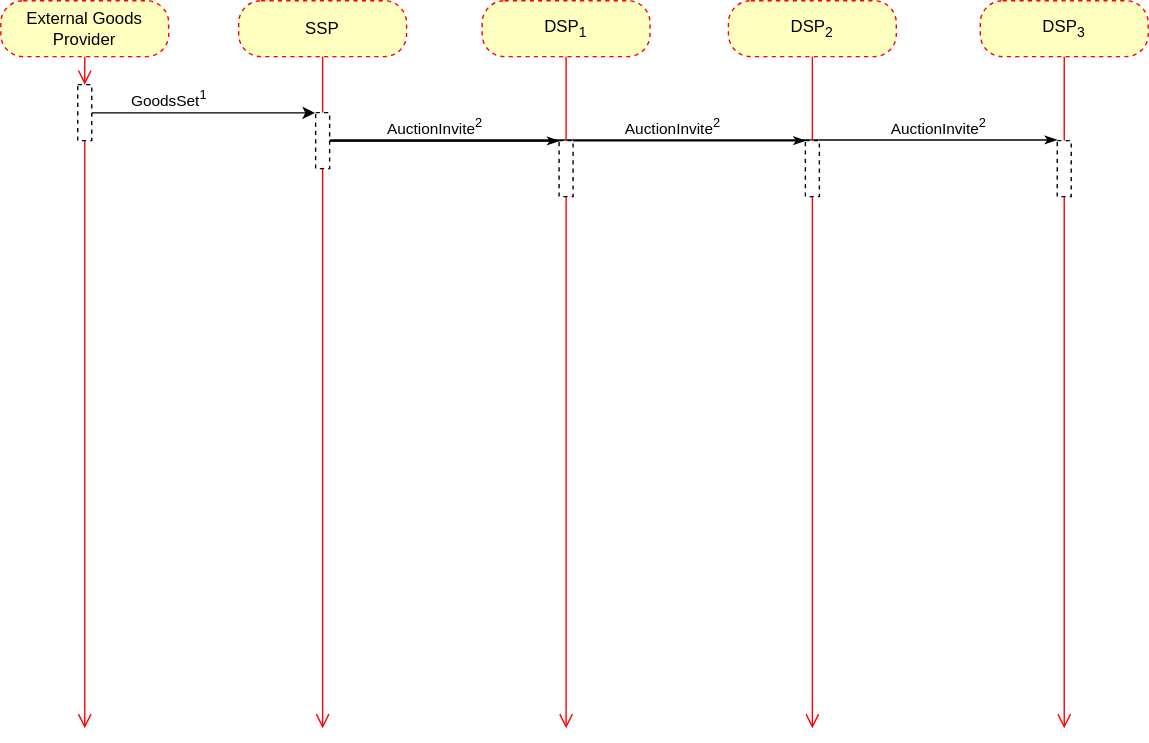
Above: GeneralDataFlow.svg in eutkin/diagrams (draw.io), before the change. Source tidied: cells renumbered, new cells last; positions are measured from the earlier drawing's top-left corner, leaving out a move shared by most shapes.
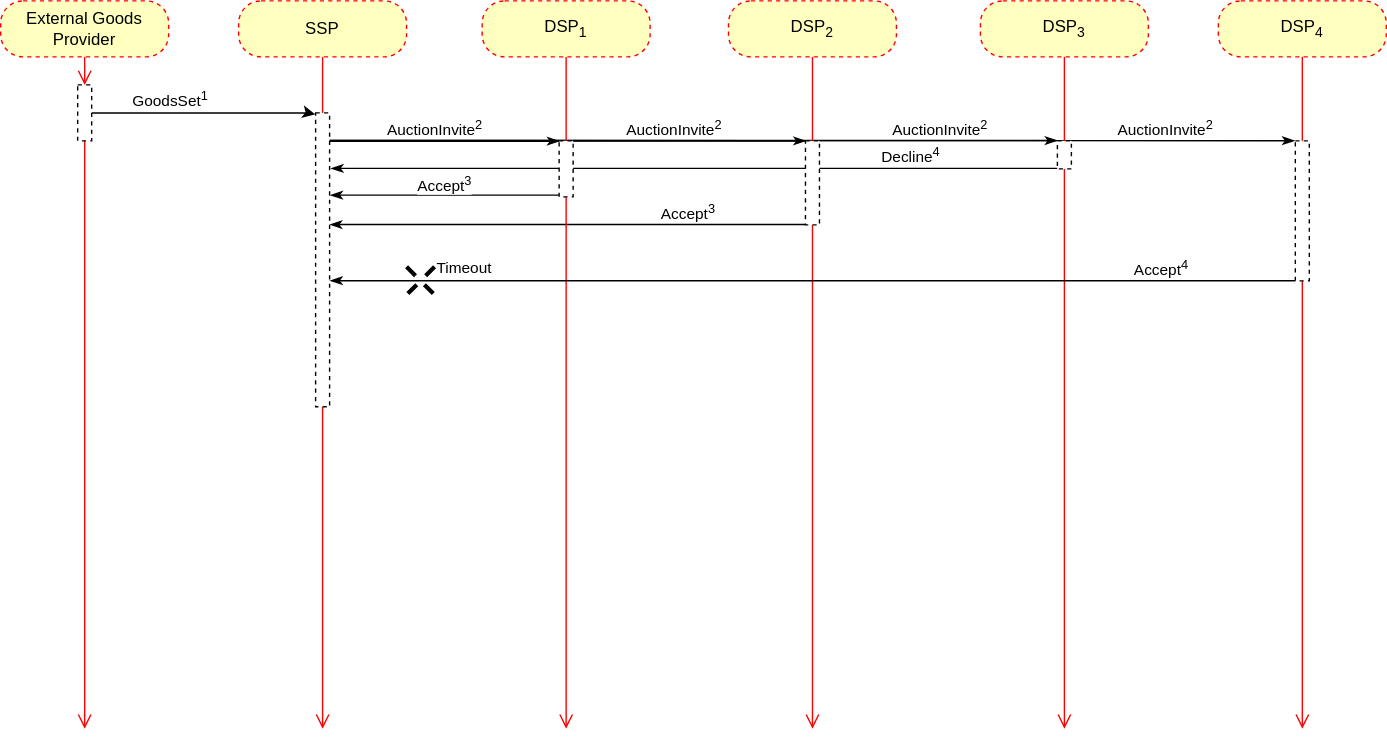
The same file after the commit.

Commit message:
add auction invite

Diff of the diagram source:
```diff
@@ -2,6 +2,22 @@
   <root>
     <mxCell id="0" />
     <mxCell id="1" parent="0" />
+    <mxCell id="30" style="edgeStyle=none;rounded=0;jettySize=auto;html=1;startArrow=none;startFill=0;endArrow=classicThin;endFill=1;entryX=1.005;entryY=0.38;entryDx=0;entryDy=0;entryPerimeter=0;" parent="1" edge="1" source="26" target="20">
+      <mxGeometry relative="1" as="geometry" />
+    </mxCell>
+    <mxCell id="31" value="Accept&lt;sup&gt;3&lt;/sup&gt;" style="edgeLabel;html=1;align=center;verticalAlign=middle;" parent="30" vertex="1">
+      <mxGeometry x="0.5" y="-3" relative="1" as="geometry">
+        <mxPoint x="169.5" y="-6.8" as="offset" />
+      </mxGeometry>
+    </mxCell>
+    <mxCell id="32" style="edgeStyle=none;rounded=0;jettySize=auto;html=1;startArrow=none;startFill=0;endArrow=classicThin;endFill=1;entryX=1.095;entryY=0.189;entryDx=0;entryDy=0;entryPerimeter=0;" parent="1" edge="1" source="24" target="20">
+      <mxGeometry relative="1" as="geometry" />
+    </mxCell>
+    <mxCell id="33" value="Decline&lt;sup&gt;4&lt;/sup&gt;" style="edgeLabel;html=1;align=center;verticalAlign=middle;" parent="32" vertex="1">
+      <mxGeometry x="-0.56" y="2" relative="1" as="geometry">
+        <mxPoint x="8.8" y="-12" as="offset" />
+      </mxGeometry>
+    </mxCell>
     <mxCell id="2" value="External Goods Provider" style="rounded=1;whiteSpace=wrap;html=1;arcSize=40;fontColor=#000000;fillColor=#ffffc0;strokeColor=#ff0000;dashed=1;" parent="1" vertex="1">
       <mxGeometry width="120" height="40" as="geometry" />
     </mxCell>
@@ -74,12 +90,28 @@
         <mxPoint y="-8.5" as="offset" />
       </mxGeometry>
     </mxCell>
+    <mxCell id="34" style="edgeStyle=none;rounded=0;jettySize=auto;html=1;endArrow=classicThin;endFill=1;exitX=0.915;exitY=0.094;exitDx=0;exitDy=0;exitPerimeter=0;entryX=-0.041;entryY=-0.001;entryDx=0;entryDy=0;entryPerimeter=0;" parent="1" edge="1" source="20" target="43">
+      <mxGeometry relative="1" as="geometry" />
+    </mxCell>
+    <mxCell id="35" value="AuctionInvite&lt;sup&gt;2&lt;/sup&gt;" style="edgeLabel;html=1;align=center;verticalAlign=middle;" parent="34" vertex="1">
+      <mxGeometry x="0.73" y="-1" relative="1" as="geometry">
+        <mxPoint y="-10.9" as="offset" />
+      </mxGeometry>
+    </mxCell>
     <mxCell id="20" style="html=1;points=[];perimeter=orthogonalPerimeter;dashed=1;" parent="1" vertex="1">
-      <mxGeometry x="225" y="80" width="10" height="40" as="geometry" />
+      <mxGeometry x="225" y="80" width="10" height="210" as="geometry" />
     </mxCell>
     <mxCell id="21" style="edgeStyle=orthogonalEdgeStyle;html=1;verticalAlign=bottom;endArrow=none;endSize=8;strokeColor=#ff0000;endFill=0;" parent="1" edge="1" source="4" target="20">
       <mxGeometry relative="1" as="geometry" />
     </mxCell>
+    <mxCell id="36" style="edgeStyle=none;rounded=0;jettySize=auto;html=1;endArrow=classicThin;endFill=1;startArrow=none;startFill=0;entryX=1.05;entryY=0.28;entryDx=0;entryDy=0;entryPerimeter=0;" parent="1" edge="1" source="22" target="20">
+      <mxGeometry relative="1" as="geometry" />
+    </mxCell>
+    <mxCell id="37" value="Accept&lt;sup&gt;3&lt;/sup&gt;" style="edgeLabel;html=1;align=center;verticalAlign=middle;" parent="36" vertex="1">
+      <mxGeometry y="-1" relative="1" as="geometry">
+        <mxPoint y="-7.8" as="offset" />
+      </mxGeometry>
+    </mxCell>
     <mxCell id="22" style="html=1;points=[];perimeter=orthogonalPerimeter;dashed=1;" parent="1" vertex="1">
       <mxGeometry x="399" y="100" width="10" height="40" as="geometry" />
     </mxCell>
@@ -87,13 +119,13 @@
       <mxGeometry relative="1" as="geometry" />
     </mxCell>
     <mxCell id="24" style="html=1;points=[];perimeter=orthogonalPerimeter;dashed=1;" parent="1" vertex="1">
-      <mxGeometry x="755" y="100" width="10" height="40" as="geometry" />
+      <mxGeometry x="755" y="100" width="10" height="20" as="geometry" />
     </mxCell>
     <mxCell id="25" style="edgeStyle=orthogonalEdgeStyle;html=1;verticalAlign=bottom;endArrow=none;endSize=8;strokeColor=#ff0000;endFill=0;" parent="1" edge="1" source="10" target="24">
       <mxGeometry relative="1" as="geometry" />
     </mxCell>
     <mxCell id="26" style="html=1;points=[];perimeter=orthogonalPerimeter;dashed=1;" parent="1" vertex="1">
-      <mxGeometry x="575" y="100" width="10" height="40" as="geometry" />
+      <mxGeometry x="575" y="100" width="10" height="60" as="geometry" />
     </mxCell>
     <mxCell id="27" style="edgeStyle=orthogonalEdgeStyle;html=1;verticalAlign=bottom;endArrow=none;endSize=8;strokeColor=#ff0000;endFill=0;" parent="1" edge="1" source="8" target="26">
       <mxGeometry relative="1" as="geometry" />
@@ -104,5 +136,35 @@
     <mxCell id="29" value="AuctionInvite&lt;sup&gt;2&lt;/sup&gt;" style="edgeLabel;html=1;align=center;verticalAlign=middle;" parent="1" vertex="1">
       <mxGeometry x="670" y="90" as="geometry" />
     </mxCell>
+    <mxCell id="38" value="DSP&lt;sub&gt;4&lt;/sub&gt;" style="rounded=1;whiteSpace=wrap;html=1;arcSize=40;fontColor=#000000;fillColor=#ffffc0;strokeColor=#ff0000;dashed=1;" parent="1" vertex="1">
+      <mxGeometry x="870" width="120" height="40" as="geometry" />
+    </mxCell>
+    <mxCell id="39" style="edgeStyle=orthogonalEdgeStyle;html=1;verticalAlign=bottom;endArrow=open;endSize=8;strokeColor=#ff0000;" parent="1" edge="1" source="43">
+      <mxGeometry relative="1" as="geometry">
+        <mxPoint x="930" y="520" as="targetPoint" />
+      </mxGeometry>
+    </mxCell>
+    <mxCell id="40" style="edgeStyle=none;rounded=0;jettySize=auto;html=1;startArrow=none;startFill=0;endArrow=classicThin;endFill=1;entryX=1.035;entryY=0.571;entryDx=0;entryDy=0;entryPerimeter=0;" parent="1" edge="1" source="43" target="20">
+      <mxGeometry relative="1" as="geometry" />
+    </mxCell>
+    <mxCell id="41" value="Timeout" style="edgeLabel;html=1;align=center;verticalAlign=middle;" parent="40" vertex="1">
+      <mxGeometry x="0.72" relative="1" as="geometry">
+        <mxPoint y="-9.9" as="offset" />
+      </mxGeometry>
+    </mxCell>
+    <mxCell id="42" value="Accept&lt;sup&gt;4&lt;/sup&gt;" style="edgeLabel;html=1;align=center;verticalAlign=middle;" parent="40" vertex="1">
+      <mxGeometry x="-0.72" y="1" relative="1" as="geometry">
+        <mxPoint y="-10.9" as="offset" />
+      </mxGeometry>
+    </mxCell>
+    <mxCell id="43" style="html=1;points=[];perimeter=orthogonalPerimeter;dashed=1;" parent="1" vertex="1">
+      <mxGeometry x="925" y="100" width="10" height="100" as="geometry" />
+    </mxCell>
+    <mxCell id="44" style="edgeStyle=orthogonalEdgeStyle;html=1;verticalAlign=bottom;endArrow=none;endSize=8;strokeColor=#ff0000;endFill=0;" parent="1" edge="1" source="38" target="43">
+      <mxGeometry relative="1" as="geometry" />
+    </mxCell>
+    <mxCell id="45" style="shape=umlDestroy;whiteSpace=wrap;html=1;strokeWidth=3;dashed=1;" parent="1" vertex="1">
+      <mxGeometry x="290" y="190" width="20" height="20" as="geometry" />
+    </mxCell>
   </root>
 </mxGraphModel>
```
